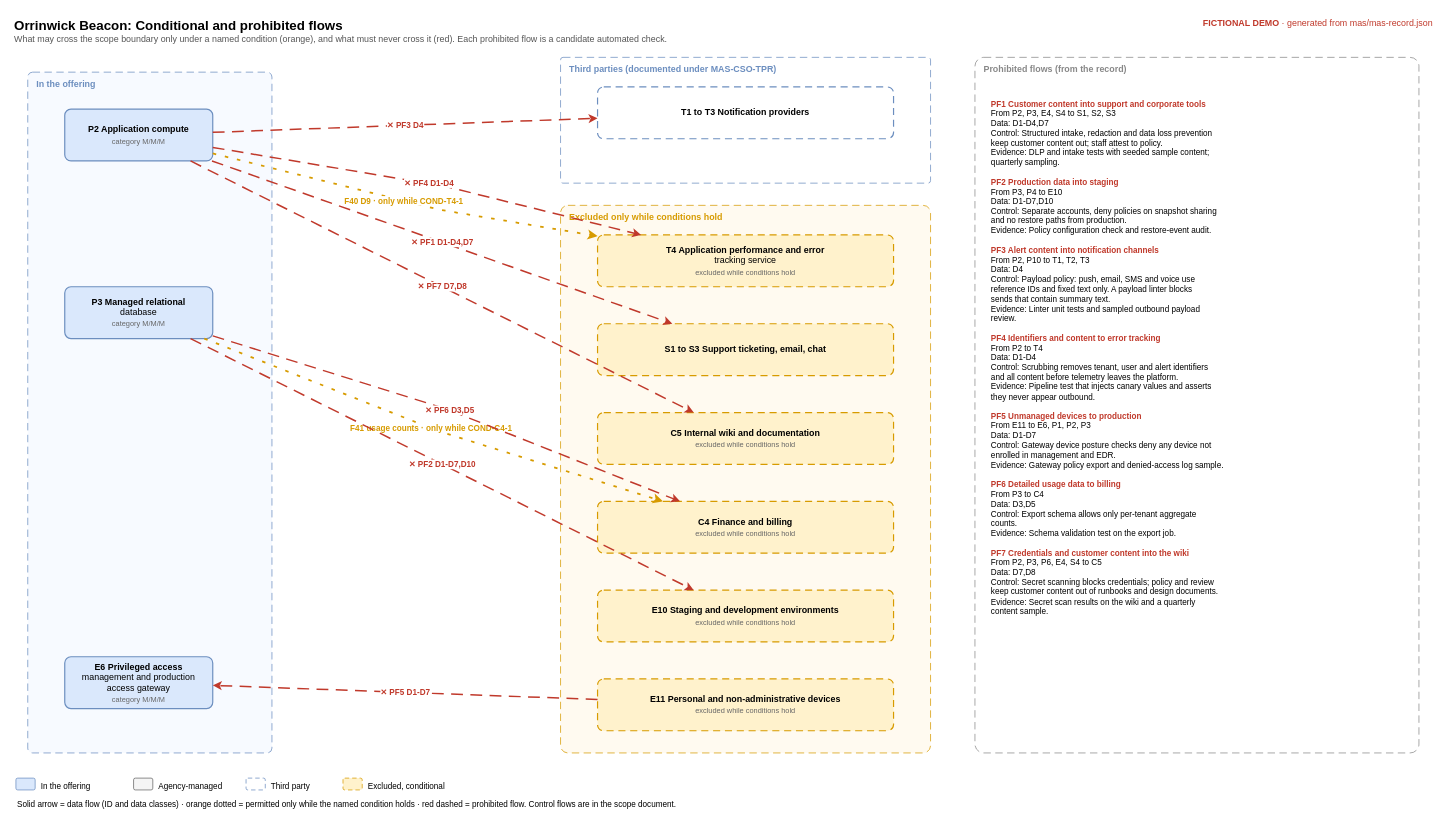
The draw.io diagram page "Conditional and prohibited flows" (3 of 3) of docs/diagrams/mas-data-flows.drawio in ciaran-io/fedramp20x, before the edit. Source tidied: cells renumbered, new cells numbered last; positions are measured from the earlier drawing's top-left corner, leaving out a move shared by most shapes. Both pictures are drawn from the tidied source at 74%, with x=0, y=0 at pixel (13, 13).
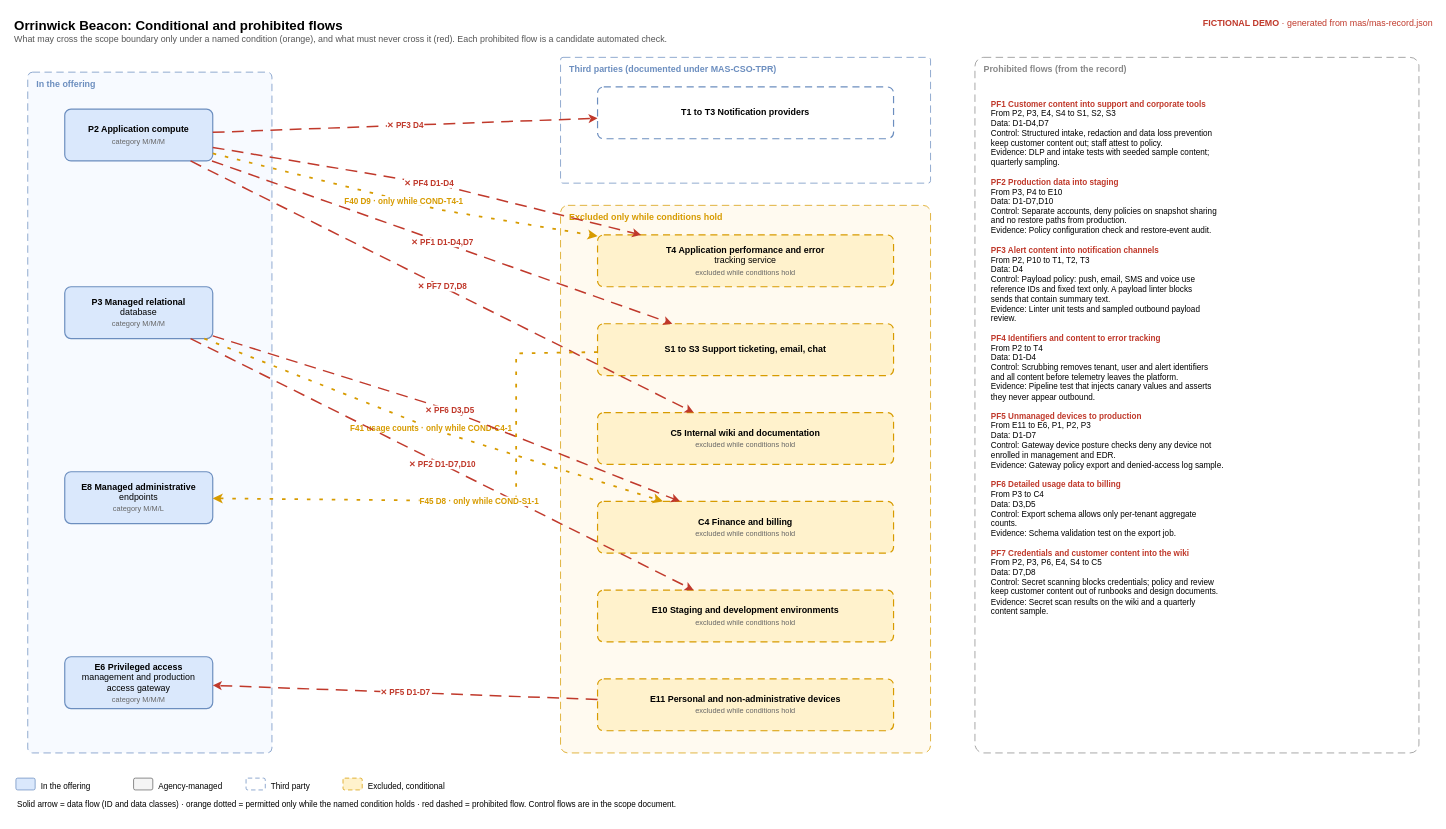
Above is the later version.

Commit message (it also covers changes not shown here):
Draw F45 on the conditional flows page and rebuild the scope documents

The change refers to these unchanged cells:
```xml
<mxCell id="13" value="&lt;b&gt;S1 to S3 Support ticketing, email, chat&lt;/b&gt;" style="rounded=1;arcSize=12;whiteSpace=wrap;html=1;fillColor=#fff2cc;strokeColor=#d79b00;strokeWidth=1.6;dashed=1;dashPattern=6 4;fontSize=12;" parent="1" vertex="1">
  <mxGeometry x="790" y="420" width="400" height="70" as="geometry" />
</mxCell>
```

What changed in the source:
```diff
@@
+    <mxCell id="37" value="&lt;b&gt;E8 Managed administrative&lt;/b&gt;&lt;br&gt;endpoints&lt;br&gt;&lt;font color=&quot;#666666&quot; style=&quot;font-size:10px&quot;&gt;category M/M/L&lt;/font&gt;" style="rounded=1;arcSize=12;whiteSpace=wrap;html=1;fillColor=#dae8fc;strokeColor=#6c8ebf;strokeWidth=1.6;fontSize=12;" parent="1" vertex="1">
+      <mxGeometry x="70" y="620" width="200" height="70" as="geometry" />
+    </mxCell>
@@
+    <mxCell id="38" value="F45 D8 · only while COND-S1-1" style="endArrow=classic;html=1;rounded=0;strokeColor=#d79b00;strokeWidth=2.4;dashed=1;dashPattern=2 5;fontSize=11;fontColor=#d79b00;fontStyle=1;labelBackgroundColor=#ffffff;" parent="1" edge="1" source="13" target="37">
+      <mxGeometry relative="1" as="geometry">
+        <Array as="points">
+          <mxPoint x="680" y="460" />
+          <mxPoint x="680" y="660" />
+        </Array>
+      </mxGeometry>
+    </mxCell>
```
